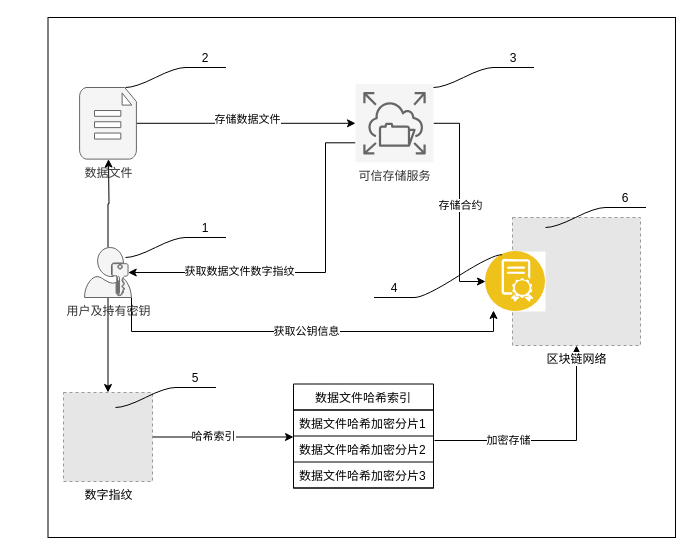
This is bts_chain_cid.drawio from luoweb/codeshow, a draw.io file, before an edit. Source tidied: cells renumbered, new cells numbered last; positions are measured from the earlier drawing's top-left corner, leaving out a move shared by most shapes. Both pictures are drawn from the tidied source at 100%, with x=0, y=0 at pixel (47, 17). Pictures stored in the file or linked from it are replaced by grey dashed boxes.
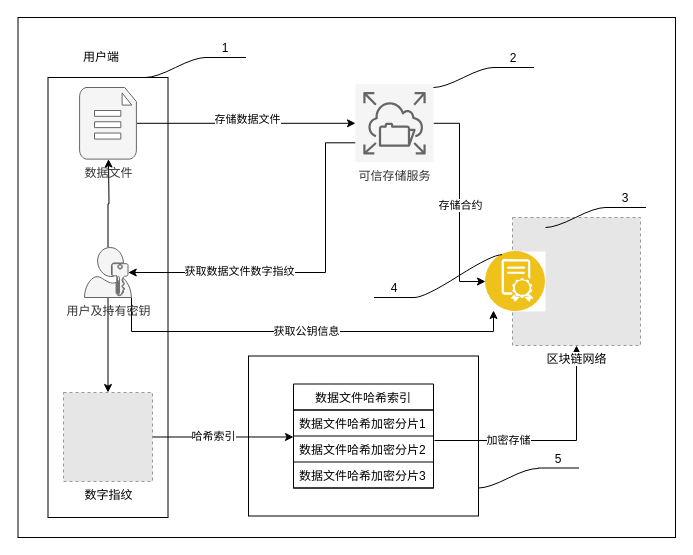
The same diagram, later.

The edit, as a diff of the source:
```diff
@@
     <mxCell id="2" style="rounded=0;whiteSpace=wrap;html=1;strokeColor=default;" parent="1" vertex="1">
-      <mxGeometry x="0.5" width="627.5" height="520" as="geometry" />
+      <mxGeometry x="-29.5" width="657.5" height="520" as="geometry" />
     </mxCell>
+    <mxCell id="38" style="rounded=0;whiteSpace=wrap;html=1;strokeColor=default;" parent="1" vertex="1">
+      <mxGeometry x="201" y="338.5" width="230" height="160" as="geometry" />
+    </mxCell>
+    <mxCell id="39" style="rounded=0;whiteSpace=wrap;html=1;strokeColor=default;" parent="1" vertex="1">
+      <mxGeometry x="0.5" y="60" width="120" height="440" as="geometry" />
+    </mxCell>
@@
-    <mxCell id="26" value="2" style="whiteSpace=wrap;html=1;shape=partialRectangle;top=0;left=0;bottom=1;right=0;points=[[0,1],[1,1]];fillColor=none;align=center;verticalAlign=bottom;routingCenterY=0.5;snapToPoint=1;newEdgeStyle={&quot;edgeStyle&quot;:&quot;entityRelationEdgeStyle&quot;,&quot;startArrow&quot;:&quot;none&quot;,&quot;endArrow&quot;:&quot;none&quot;,&quot;segment&quot;:10,&quot;curved&quot;:1};strokeColor=default;" parent="1" vertex="1">
-      <mxGeometry x="138" y="30" width="40" height="20" as="geometry" />
+    <mxCell id="26" value="1" style="whiteSpace=wrap;html=1;shape=partialRectangle;top=0;left=0;bottom=1;right=0;points=[[0,1],[1,1]];fillColor=none;align=center;verticalAlign=bottom;routingCenterY=0.5;snapToPoint=1;newEdgeStyle={&quot;edgeStyle&quot;:&quot;entityRelationEdgeStyle&quot;,&quot;startArrow&quot;:&quot;none&quot;,&quot;endArrow&quot;:&quot;none&quot;,&quot;segment&quot;:10,&quot;curved&quot;:1};strokeColor=default;" parent="1" vertex="1">
+      <mxGeometry x="158" y="20" width="40" height="20" as="geometry" />
     </mxCell>
     <mxCell id="27" style="edgeStyle=entityRelationEdgeStyle;startArrow=none;endArrow=none;segment=10;curved=1;rounded=0;" parent="1" edge="1" target="26">
       <mxGeometry relative="1" as="geometry">
-        <mxPoint x="78" y="70" as="sourcePoint" />
+        <mxPoint x="98" y="60" as="sourcePoint" />
       </mxGeometry>
     </mxCell>
-    <mxCell id="28" value="1" style="whiteSpace=wrap;html=1;shape=partialRectangle;top=0;left=0;bottom=1;right=0;points=[[0,1],[1,1]];fillColor=none;align=center;verticalAlign=bottom;routingCenterY=0.5;snapToPoint=1;newEdgeStyle={&quot;edgeStyle&quot;:&quot;entityRelationEdgeStyle&quot;,&quot;startArrow&quot;:&quot;none&quot;,&quot;endArrow&quot;:&quot;none&quot;,&quot;segment&quot;:10,&quot;curved&quot;:1};strokeColor=default;" parent="1" vertex="1">
-      <mxGeometry x="138" y="200" width="40" height="20" as="geometry" />
-    </mxCell>
-    <mxCell id="29" style="edgeStyle=entityRelationEdgeStyle;startArrow=none;endArrow=none;segment=10;curved=1;rounded=0;" parent="1" edge="1" target="28">
-      <mxGeometry relative="1" as="geometry">
-        <mxPoint x="78" y="240" as="sourcePoint" />
-      </mxGeometry>
-    </mxCell>
-    <mxCell id="30" value="5" style="whiteSpace=wrap;html=1;shape=partialRectangle;top=0;left=0;bottom=1;right=0;points=[[0,1],[1,1]];fillColor=none;align=center;verticalAlign=bottom;routingCenterY=0.5;snapToPoint=1;newEdgeStyle={&quot;edgeStyle&quot;:&quot;entityRelationEdgeStyle&quot;,&quot;startArrow&quot;:&quot;none&quot;,&quot;endArrow&quot;:&quot;none&quot;,&quot;segment&quot;:10,&quot;curved&quot;:1};strokeColor=default;" parent="1" vertex="1">
-      <mxGeometry x="128" y="350" width="40" height="20" as="geometry" />
-    </mxCell>
-    <mxCell id="31" style="edgeStyle=entityRelationEdgeStyle;startArrow=none;endArrow=none;segment=10;curved=1;rounded=0;" parent="1" edge="1" target="30">
-      <mxGeometry relative="1" as="geometry">
-        <mxPoint x="68" y="390" as="sourcePoint" />
-      </mxGeometry>
-    </mxCell>
-    <mxCell id="32" value="3" style="whiteSpace=wrap;html=1;shape=partialRectangle;top=0;left=0;bottom=1;right=0;points=[[0,1],[1,1]];fillColor=none;align=center;verticalAlign=bottom;routingCenterY=0.5;snapToPoint=1;newEdgeStyle={&quot;edgeStyle&quot;:&quot;entityRelationEdgeStyle&quot;,&quot;startArrow&quot;:&quot;none&quot;,&quot;endArrow&quot;:&quot;none&quot;,&quot;segment&quot;:10,&quot;curved&quot;:1};strokeColor=default;" parent="1" vertex="1">
+    <mxCell id="32" value="2" style="whiteSpace=wrap;html=1;shape=partialRectangle;top=0;left=0;bottom=1;right=0;points=[[0,1],[1,1]];fillColor=none;align=center;verticalAlign=bottom;routingCenterY=0.5;snapToPoint=1;newEdgeStyle={&quot;edgeStyle&quot;:&quot;entityRelationEdgeStyle&quot;,&quot;startArrow&quot;:&quot;none&quot;,&quot;endArrow&quot;:&quot;none&quot;,&quot;segment&quot;:10,&quot;curved&quot;:1};strokeColor=default;" parent="1" vertex="1">
       <mxGeometry x="446" y="30" width="40" height="20" as="geometry" />
     </mxCell>
@@
-    <mxCell id="34" value="6" style="whiteSpace=wrap;html=1;shape=partialRectangle;top=0;left=0;bottom=1;right=0;points=[[0,1],[1,1]];fillColor=none;align=center;verticalAlign=bottom;routingCenterY=0.5;snapToPoint=1;newEdgeStyle={&quot;edgeStyle&quot;:&quot;entityRelationEdgeStyle&quot;,&quot;startArrow&quot;:&quot;none&quot;,&quot;endArrow&quot;:&quot;none&quot;,&quot;segment&quot;:10,&quot;curved&quot;:1};strokeColor=default;" parent="1" vertex="1">
+    <mxCell id="34" value="3" style="whiteSpace=wrap;html=1;shape=partialRectangle;top=0;left=0;bottom=1;right=0;points=[[0,1],[1,1]];fillColor=none;align=center;verticalAlign=bottom;routingCenterY=0.5;snapToPoint=1;newEdgeStyle={&quot;edgeStyle&quot;:&quot;entityRelationEdgeStyle&quot;,&quot;startArrow&quot;:&quot;none&quot;,&quot;endArrow&quot;:&quot;none&quot;,&quot;segment&quot;:10,&quot;curved&quot;:1};strokeColor=default;" parent="1" vertex="1">
       <mxGeometry x="558" y="170" width="40" height="20" as="geometry" />
     </mxCell>
@@
+    <mxCell id="30" value="5" style="whiteSpace=wrap;html=1;shape=partialRectangle;top=0;left=0;bottom=1;right=0;points=[[0,1],[1,1]];fillColor=none;align=center;verticalAlign=bottom;routingCenterY=0.5;snapToPoint=1;newEdgeStyle={&quot;edgeStyle&quot;:&quot;entityRelationEdgeStyle&quot;,&quot;startArrow&quot;:&quot;none&quot;,&quot;endArrow&quot;:&quot;none&quot;,&quot;segment&quot;:10,&quot;curved&quot;:1};strokeColor=default;" parent="1" vertex="1">
+      <mxGeometry x="491" y="430.5" width="40" height="20" as="geometry" />
+    </mxCell>
+    <mxCell id="40" style="edgeStyle=entityRelationEdgeStyle;startArrow=none;endArrow=none;segment=10;curved=1;rounded=0;" parent="1" edge="1" target="30">
+      <mxGeometry relative="1" as="geometry">
+        <mxPoint x="431" y="470.5" as="sourcePoint" />
+      </mxGeometry>
+    </mxCell>
+    <mxCell id="41" value="用户端" style="text;html=1;strokeColor=none;fillColor=none;align=center;verticalAlign=middle;whiteSpace=wrap;rounded=0;" parent="1" vertex="1">
+      <mxGeometry x="24" y="25" width="60" height="30" as="geometry" />
+    </mxCell>
```
